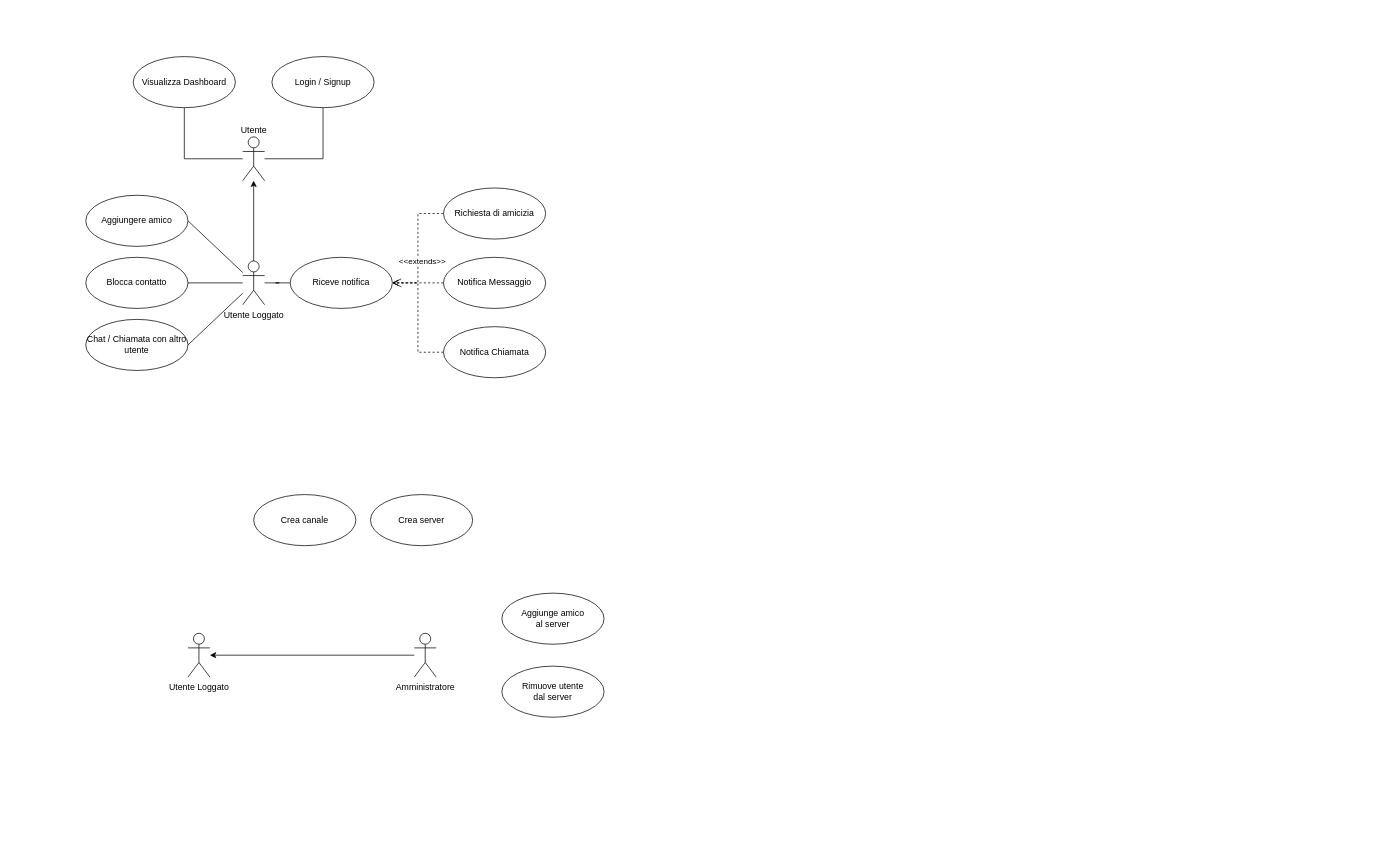
Above: resources/schema.drawio in zucchero-sintattico/piperchat (draw.io), before the change. Source tidied: cells renumbered, new cells numbered last; positions are measured from the earlier drawing's top-left corner, leaving out a move shared by most shapes. Both pictures are drawn from the tidied source at 73%, with x=0, y=0 at pixel (85, 56).
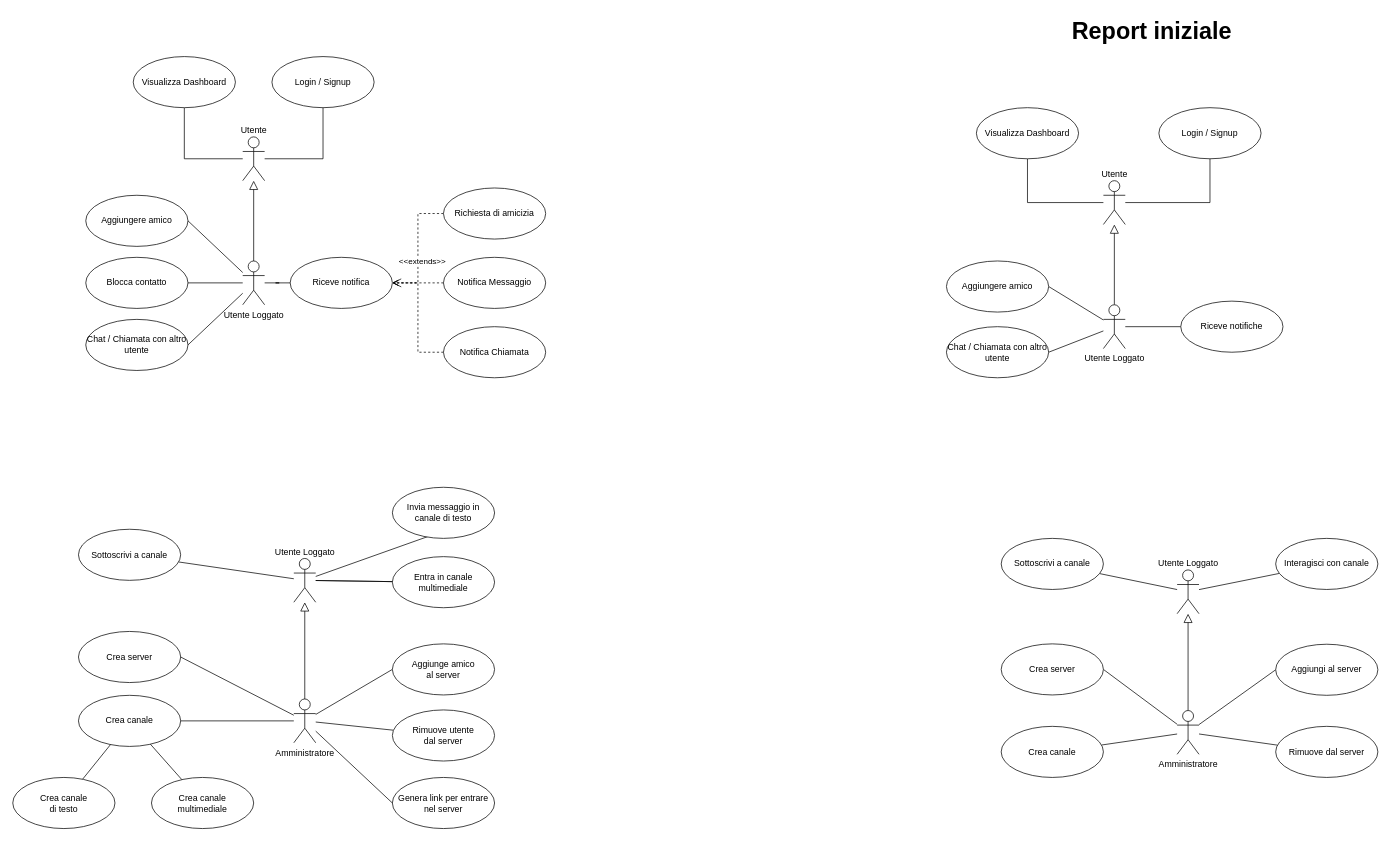
The same diagram, later.

Unchanged cells that the change refers to:
```xml
<mxCell id="7" value="Utente Loggato" style="shape=umlActor;verticalLabelPosition=bottom;verticalAlign=top;html=1;outlineConnect=0;" parent="1" vertex="1">
  <mxGeometry x="215" y="280" width="30" height="60" as="geometry" />
</mxCell>
<mxCell id="12" value="Utente" style="shape=umlActor;verticalLabelPosition=top;verticalAlign=bottom;html=1;outlineConnect=0;horizontal=1;labelPosition=center;align=center;" parent="1" vertex="1">
  <mxGeometry x="215" y="110" width="30" height="60" as="geometry" />
</mxCell>
```

What changed in the source:
```diff
@@
-    <mxCell id="2" style="edgeStyle=orthogonalEdgeStyle;rounded=0;jettySize=auto;html=1;" parent="1" edge="1" source="7" target="12">
+    <mxCell id="2" style="edgeStyle=orthogonalEdgeStyle;rounded=0;jettySize=auto;html=1;strokeWidth=1;endArrow=block;endFill=0;endSize=10;" parent="1" edge="1" source="7" target="12">
       <mxGeometry relative="1" as="geometry" />
     </mxCell>
@@
-    <mxCell id="24" style="edgeStyle=orthogonalEdgeStyle;rounded=0;jettySize=auto;html=1;" parent="1" edge="1" source="25" target="27">
+    <mxCell id="24" style="edgeStyle=orthogonalEdgeStyle;rounded=0;jettySize=auto;html=1;endArrow=block;endFill=0;endSize=10;" parent="1" edge="1" source="25" target="27">
       <mxGeometry relative="1" as="geometry" />
     </mxCell>
+    <mxCell id="31" style="rounded=0;jettySize=auto;html=1;endArrow=none;endFill=0;" parent="1" edge="1" source="25" target="29">
+      <mxGeometry relative="1" as="geometry" />
+    </mxCell>
+    <mxCell id="32" style="rounded=0;jettySize=auto;html=1;entryX=1;entryY=0.5;entryDx=0;entryDy=0;endArrow=none;endFill=0;" parent="1" edge="1" source="25" target="30">
+      <mxGeometry relative="1" as="geometry" />
+    </mxCell>
+    <mxCell id="33" style="rounded=0;jettySize=auto;html=1;entryX=0;entryY=0.5;entryDx=0;entryDy=0;endArrow=none;endFill=0;" parent="1" edge="1" source="25" target="26">
+      <mxGeometry relative="1" as="geometry" />
+    </mxCell>
+    <mxCell id="34" style="rounded=0;jettySize=auto;html=1;endArrow=none;endFill=0;" parent="1" edge="1" source="25" target="28">
+      <mxGeometry relative="1" as="geometry" />
+    </mxCell>
+    <mxCell id="35" style="rounded=0;jettySize=auto;html=1;entryX=0;entryY=0.5;entryDx=0;entryDy=0;endArrow=none;endFill=0;" parent="1" edge="1" source="25" target="39">
+      <mxGeometry relative="1" as="geometry" />
+    </mxCell>
     <mxCell id="25" value="Amministratore" style="shape=umlActor;verticalLabelPosition=bottom;verticalAlign=top;html=1;outlineConnect=0;horizontal=1;labelPosition=center;align=center;" parent="1" vertex="1">
-      <mxGeometry x="450" y="790" width="30" height="60" as="geometry" />
+      <mxGeometry x="285" y="880" width="30" height="60" as="geometry" />
     </mxCell>
     <mxCell id="26" value="Aggiunge amico&lt;br&gt;al server" style="ellipse;whiteSpace=wrap;html=1;" parent="1" vertex="1">
-      <mxGeometry x="570" y="735" width="140" height="70" as="geometry" />
+      <mxGeometry x="420" y="804.5" width="140" height="70" as="geometry" />
     </mxCell>
+    <mxCell id="36" style="rounded=0;jettySize=auto;html=1;endArrow=none;endFill=0;" parent="1" edge="1" source="27" target="46">
+      <mxGeometry relative="1" as="geometry" />
+    </mxCell>
+    <mxCell id="37" style="rounded=0;jettySize=auto;html=1;entryX=1;entryY=0.5;entryDx=0;entryDy=0;endArrow=none;endFill=0;" parent="1" edge="1" source="27" target="44">
+      <mxGeometry relative="1" as="geometry" />
+    </mxCell>
+    <mxCell id="38" style="rounded=0;jettySize=auto;html=1;endArrow=none;endFill=0;" parent="1" edge="1" source="27" target="47">
+      <mxGeometry relative="1" as="geometry" />
+    </mxCell>
-    <mxCell id="27" value="Utente Loggato" style="shape=umlActor;verticalLabelPosition=bottom;verticalAlign=top;html=1;outlineConnect=0;labelPosition=center;align=center;" parent="1" vertex="1">
-      <mxGeometry x="140" y="790" width="30" height="60" as="geometry" />
+    <mxCell id="27" value="Utente Loggato" style="shape=umlActor;verticalLabelPosition=top;verticalAlign=bottom;html=1;outlineConnect=0;labelPosition=center;align=center;" parent="1" vertex="1">
+      <mxGeometry x="285" y="687.5" width="30" height="60" as="geometry" />
     </mxCell>
     <mxCell id="28" value="Rimuove utente&lt;br&gt;dal server" style="ellipse;whiteSpace=wrap;html=1;" parent="1" vertex="1">
-      <mxGeometry x="570" y="835" width="140" height="70" as="geometry" />
+      <mxGeometry x="420" y="895" width="140" height="70" as="geometry" />
     </mxCell>
     <mxCell id="29" value="Crea canale" style="ellipse;whiteSpace=wrap;html=1;" parent="1" vertex="1">
-      <mxGeometry x="230" y="600" width="140" height="70" as="geometry" />
+      <mxGeometry x="-10" y="875" width="140" height="70" as="geometry" />
     </mxCell>
     <mxCell id="30" value="Crea server" style="ellipse;whiteSpace=wrap;html=1;" parent="1" vertex="1">
-      <mxGeometry x="390" y="600" width="140" height="70" as="geometry" />
+      <mxGeometry x="-10" y="787.5" width="140" height="70" as="geometry" />
     </mxCell>
+    <mxCell id="39" value="Genera link per entrare nel server" style="ellipse;whiteSpace=wrap;html=1;" parent="1" vertex="1">
+      <mxGeometry x="420" y="987.5" width="140" height="70" as="geometry" />
+    </mxCell>
+    <mxCell id="40" style="rounded=0;jettySize=auto;html=1;endArrow=none;endFill=0;" parent="1" edge="1" source="41" target="29">
+      <mxGeometry relative="1" as="geometry" />
+    </mxCell>
+    <mxCell id="41" value="Crea canale&lt;br&gt;di testo" style="ellipse;whiteSpace=wrap;html=1;" parent="1" vertex="1">
+      <mxGeometry x="-100" y="987.5" width="140" height="70" as="geometry" />
+    </mxCell>
+    <mxCell id="42" style="rounded=0;jettySize=auto;html=1;endArrow=none;endFill=0;" parent="1" edge="1" source="43" target="29">
+      <mxGeometry relative="1" as="geometry" />
+    </mxCell>
+    <mxCell id="43" value="Crea canale&lt;br&gt;multimediale" style="ellipse;whiteSpace=wrap;html=1;" parent="1" vertex="1">
+      <mxGeometry x="90" y="987.5" width="140" height="70" as="geometry" />
+    </mxCell>
+    <mxCell id="44" value="Invia messaggio in canale di testo" style="ellipse;whiteSpace=wrap;html=1;" parent="1" vertex="1">
+      <mxGeometry x="420" y="590" width="140" height="70" as="geometry" />
+    </mxCell>
+    <mxCell id="45" style="rounded=0;jettySize=auto;html=1;endArrow=none;endFill=0;" parent="1" edge="1" source="27" target="46">
+      <mxGeometry relative="1" as="geometry" />
+    </mxCell>
+    <mxCell id="46" value="Entra in canale multimediale" style="ellipse;whiteSpace=wrap;html=1;" parent="1" vertex="1">
+      <mxGeometry x="420" y="685" width="140" height="70" as="geometry" />
+    </mxCell>
+    <mxCell id="47" value="Sottoscrivi a canale" style="ellipse;whiteSpace=wrap;html=1;" parent="1" vertex="1">
+      <mxGeometry x="-10" y="647.5" width="140" height="70" as="geometry" />
+    </mxCell>
+    <mxCell id="48" style="edgeStyle=orthogonalEdgeStyle;rounded=0;jettySize=auto;html=1;strokeWidth=1;endArrow=block;endFill=0;endSize=10;" parent="1" edge="1" source="52" target="57">
+      <mxGeometry relative="1" as="geometry" />
+    </mxCell>
+    <mxCell id="49" style="rounded=0;jettySize=auto;html=1;entryX=1;entryY=0.5;entryDx=0;entryDy=0;startSize=10;endSize=10;endArrow=none;endFill=0;" parent="1" edge="1" source="52" target="58">
+      <mxGeometry relative="1" as="geometry" />
+    </mxCell>
+    <mxCell id="50" style="rounded=0;jettySize=auto;html=1;entryX=1;entryY=0.5;entryDx=0;entryDy=0;startSize=10;endSize=10;endArrow=none;endFill=0;" parent="1" edge="1" source="52" target="59">
+      <mxGeometry relative="1" as="geometry" />
+    </mxCell>
+    <mxCell id="51" style="edgeStyle=orthogonalEdgeStyle;rounded=0;jettySize=auto;html=1;startSize=10;endSize=10;endArrow=none;endFill=0;" parent="1" edge="1" source="52" target="60">
+      <mxGeometry relative="1" as="geometry" />
+    </mxCell>
+    <mxCell id="52" value="Utente Loggato" style="shape=umlActor;verticalLabelPosition=bottom;verticalAlign=top;html=1;outlineConnect=0;" parent="1" vertex="1">
+      <mxGeometry x="1394" y="340" width="30" height="60" as="geometry" />
+    </mxCell>
+    <mxCell id="53" style="edgeStyle=orthogonalEdgeStyle;rounded=0;jettySize=auto;html=1;startSize=10;endSize=10;endArrow=none;endFill=0;" parent="1" edge="1" source="57" target="56">
+      <mxGeometry relative="1" as="geometry" />
+    </mxCell>
+    <mxCell id="54" style="edgeStyle=orthogonalEdgeStyle;rounded=0;jettySize=auto;html=1;entryX=0.5;entryY=1;entryDx=0;entryDy=0;startSize=10;endSize=10;endArrow=none;endFill=0;" parent="1" edge="1" source="57" target="55">
+      <mxGeometry relative="1" as="geometry" />
+    </mxCell>
+    <mxCell id="55" value="Visualizza Dashboard" style="ellipse;whiteSpace=wrap;html=1;" parent="1" vertex="1">
+      <mxGeometry x="1220" y="70" width="140" height="70" as="geometry" />
+    </mxCell>
+    <mxCell id="56" value="Login / Signup" style="ellipse;whiteSpace=wrap;html=1;" parent="1" vertex="1">
+      <mxGeometry x="1470" y="70" width="140" height="70" as="geometry" />
+    </mxCell>
+    <mxCell id="57" value="Utente" style="shape=umlActor;verticalLabelPosition=top;verticalAlign=bottom;html=1;outlineConnect=0;horizontal=1;labelPosition=center;align=center;" parent="1" vertex="1">
+      <mxGeometry x="1394" y="170" width="30" height="60" as="geometry" />
+    </mxCell>
+    <mxCell id="58" value="Aggiungere amico" style="ellipse;whiteSpace=wrap;html=1;" parent="1" vertex="1">
+      <mxGeometry x="1179" y="280" width="140" height="70" as="geometry" />
+    </mxCell>
+    <mxCell id="59" value="Chat / Chiamata con altro utente" style="ellipse;whiteSpace=wrap;html=1;" parent="1" vertex="1">
+      <mxGeometry x="1179" y="370" width="140" height="70" as="geometry" />
+    </mxCell>
+    <mxCell id="60" value="Riceve notifiche" style="ellipse;whiteSpace=wrap;html=1;" parent="1" vertex="1">
+      <mxGeometry x="1500" y="335" width="140" height="70" as="geometry" />
+    </mxCell>
+    <mxCell id="61" value="&lt;font style=&quot;font-size: 32px;&quot;&gt;&lt;b&gt;Report iniziale&lt;/b&gt;&lt;/font&gt;" style="text;html=1;align=center;verticalAlign=middle;strokeColor=none;fillColor=none;" parent="1" vertex="1">
+      <mxGeometry x="1340" y="-60" width="240" height="50" as="geometry" />
+    </mxCell>
+    <mxCell id="62" style="edgeStyle=orthogonalEdgeStyle;rounded=0;jettySize=auto;html=1;endArrow=block;endFill=0;endSize=10;" parent="1" edge="1" source="67" target="71">
+      <mxGeometry relative="1" as="geometry" />
+    </mxCell>
+    <mxCell id="63" style="rounded=0;jettySize=auto;html=1;endArrow=none;endFill=0;" parent="1" edge="1" source="67" target="73">
+      <mxGeometry relative="1" as="geometry" />
+    </mxCell>
+    <mxCell id="64" style="rounded=0;jettySize=auto;html=1;entryX=1;entryY=0.5;entryDx=0;entryDy=0;endArrow=none;endFill=0;" parent="1" edge="1" source="67" target="74">
+      <mxGeometry relative="1" as="geometry" />
+    </mxCell>
+    <mxCell id="65" style="rounded=0;jettySize=auto;html=1;entryX=0;entryY=0.5;entryDx=0;entryDy=0;endArrow=none;endFill=0;" parent="1" edge="1" source="67" target="68">
+      <mxGeometry relative="1" as="geometry" />
+    </mxCell>
+    <mxCell id="66" style="rounded=0;jettySize=auto;html=1;endArrow=none;endFill=0;" parent="1" edge="1" source="67" target="72">
+      <mxGeometry relative="1" as="geometry" />
+    </mxCell>
+    <mxCell id="67" value="Amministratore" style="shape=umlActor;verticalLabelPosition=bottom;verticalAlign=top;html=1;outlineConnect=0;horizontal=1;labelPosition=center;align=center;" parent="1" vertex="1">
+      <mxGeometry x="1495" y="895.8" width="30" height="60" as="geometry" />
+    </mxCell>
+    <mxCell id="68" value="Aggiungi&amp;nbsp;al server" style="ellipse;whiteSpace=wrap;html=1;" parent="1" vertex="1">
+      <mxGeometry x="1630" y="805" width="140" height="70" as="geometry" />
+    </mxCell>
+    <mxCell id="69" style="rounded=0;jettySize=auto;html=1;endArrow=none;endFill=0;" parent="1" edge="1" source="71" target="75">
+      <mxGeometry relative="1" as="geometry" />
+    </mxCell>
+    <mxCell id="70" style="rounded=0;jettySize=auto;html=1;endArrow=none;endFill=0;" parent="1" edge="1" source="71" target="76">
+      <mxGeometry relative="1" as="geometry" />
+    </mxCell>
+    <mxCell id="71" value="Utente Loggato" style="shape=umlActor;verticalLabelPosition=top;verticalAlign=bottom;html=1;outlineConnect=0;labelPosition=center;align=center;" parent="1" vertex="1">
+      <mxGeometry x="1495" y="703.2" width="30" height="60" as="geometry" />
+    </mxCell>
+    <mxCell id="72" value="Rimuove&amp;nbsp;dal server" style="ellipse;whiteSpace=wrap;html=1;" parent="1" vertex="1">
+      <mxGeometry x="1630" y="917.5" width="140" height="70" as="geometry" />
+    </mxCell>
+    <mxCell id="73" value="Crea canale" style="ellipse;whiteSpace=wrap;html=1;" parent="1" vertex="1">
+      <mxGeometry x="1254" y="917.5" width="140" height="70" as="geometry" />
+    </mxCell>
+    <mxCell id="74" value="Crea server" style="ellipse;whiteSpace=wrap;html=1;" parent="1" vertex="1">
+      <mxGeometry x="1254" y="804.5" width="140" height="70" as="geometry" />
+    </mxCell>
+    <mxCell id="75" value="Sottoscrivi a canale" style="ellipse;whiteSpace=wrap;html=1;" parent="1" vertex="1">
+      <mxGeometry x="1254" y="660" width="140" height="70" as="geometry" />
+    </mxCell>
+    <mxCell id="76" value="Interagisci con canale" style="ellipse;whiteSpace=wrap;html=1;" parent="1" vertex="1">
+      <mxGeometry x="1630" y="660" width="140" height="70" as="geometry" />
+    </mxCell>
```
